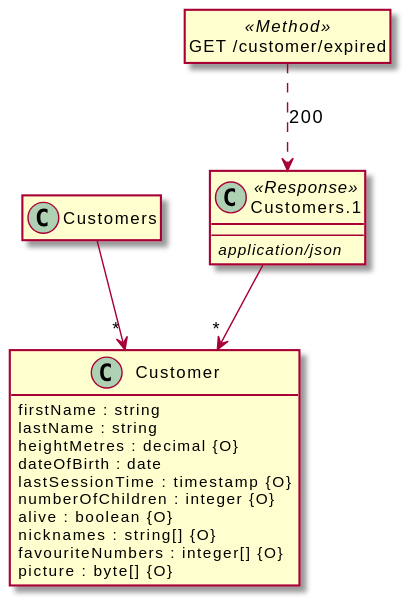
Earlier version of the PlantUML export src/docs/tests/path-returns-ref-ref.puml.svg (davidmoten/openapi-to-plantuml). The source it was exported from:
```plantuml
@startuml
hide <<Method>> circle
hide empty methods
hide empty fields
set namespaceSeparator none

class "Customers" {
}

"Customers" --> "*" "Customer"

class "Customer" {
  firstName : string
  lastName : string
  heightMetres : decimal {O}
  dateOfBirth : date
  lastSessionTime : timestamp {O}
  numberOfChildren : integer {O}
  alive : boolean {O}
  nicknames : string[] {O}
  favouriteNumbers : integer[] {O}
  picture : byte[] {O}
}

class "Customers.1" <<Response>> {
  --
<i>application/json</i>
}

"Customers.1" --> "*" "Customer"

class "GET /customer/expired" <<Method>> {
}

"GET /customer/expired" ..> "Customers.1": 200

@enduml
```
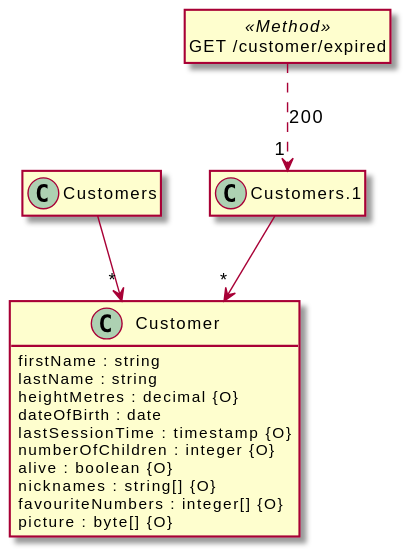
After the commit.

The edit, as a diff of the source:
```diff
@@ -6,8 +6,6 @@
 
 class "Customers" {
 }
-
-"Customers" --> "*" "Customer"
 
 class "Customer" {
   firstName : string
@@ -22,16 +20,16 @@
   picture : byte[] {O}
 }
 
-class "Customers.1" <<Response>> {
-  --
-<i>application/json</i>
+class "Customers.1" {
 }
-
-"Customers.1" --> "*" "Customer"
 
 class "GET /customer/expired" <<Method>> {
 }
 
-"GET /customer/expired" ..> "Customers.1": 200
+"Customers" --> "*" Customer
+
+"Customers.1" --> "*" Customer
+
+"GET /customer/expired" ..> "1" Customers.1 : "200"
 
 @enduml
```
